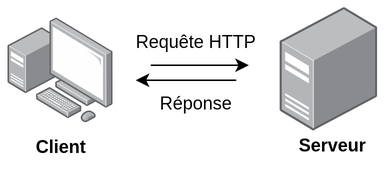
ulaval-rs/prog-fest-presentation keeps this draw.io diagram as images/client-serveur.png. Above is the earlier version. Source tidied: cells renumbered, new cells last; positions are measured from the earlier drawing's top-left corner, leaving out a move shared by most shapes.
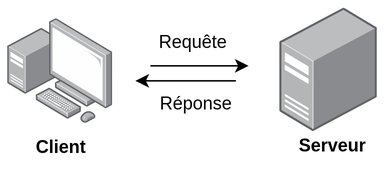
Above is the later version.

The edit, as a diff of the source:
```diff
@@ -14,8 +14,8 @@
     <mxCell id="5" value="&lt;b&gt;Serveur&lt;/b&gt;" style="text;html=1;align=center;verticalAlign=middle;strokeColor=none;fillColor=none;" parent="1" vertex="1">
       <mxGeometry x="186.4" y="82" width="60" height="20" as="geometry" />
     </mxCell>
-    <mxCell id="6" value="Requête HTTP" style="text;html=1;align=center;verticalAlign=middle;strokeColor=none;fillColor=none;rotation=0;" parent="1" vertex="1">
-      <mxGeometry x="75" y="13" width="100" height="20" as="geometry" />
+    <mxCell id="6" value="Requête" style="text;html=1;align=center;verticalAlign=middle;strokeColor=none;fillColor=none;rotation=0;" parent="1" vertex="1">
+      <mxGeometry x="93.2" y="13" width="60" height="20" as="geometry" />
     </mxCell>
     <mxCell id="7" value="Réponse" style="text;html=1;align=center;verticalAlign=middle;strokeColor=none;fillColor=none;rotation=0;" parent="1" vertex="1">
       <mxGeometry x="95" y="54" width="60" height="20" as="geometry" />
```
